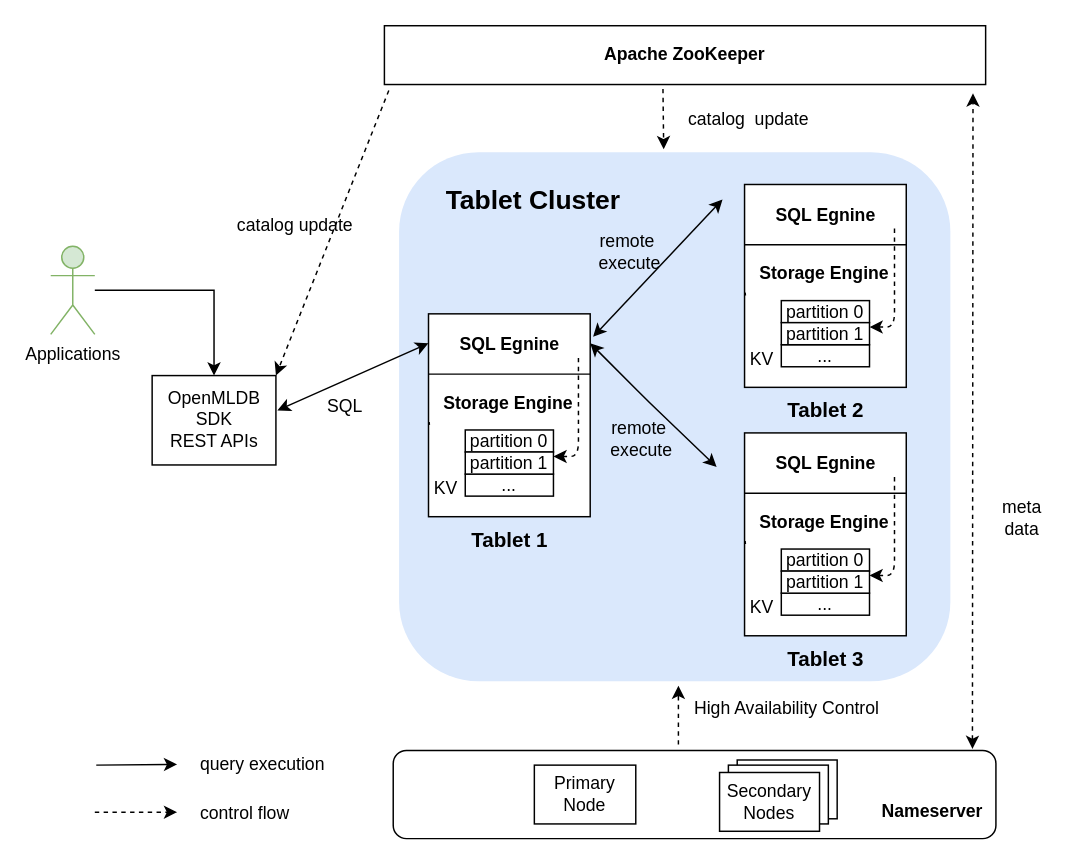
This is page "Page-2" (1 of 4) of reference/arch/resources/architecture.drawio from 4paradigm/openmldb-docs-zh, a draw.io file, before an edit. Source tidied: cells renumbered, new cells numbered last; positions are measured from the earlier drawing's top-left corner, leaving out a move shared by most shapes. Both pictures are drawn from the tidied source at 147%, with x=0, y=0 at pixel (50, 25).
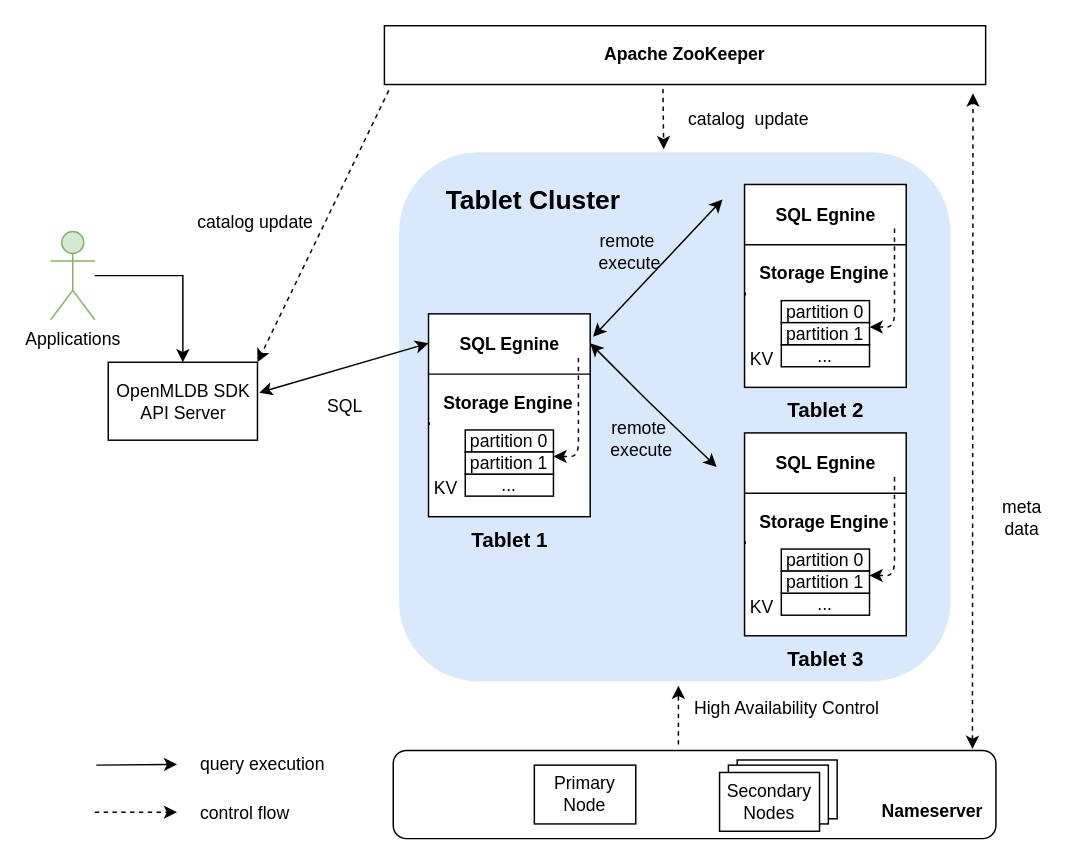
The same page after the edit.

The edit, as a diff of the source:
```diff
@@
     <mxCell id="16" value="catalog update" style="text;html=1;strokeColor=none;fillColor=none;align=center;verticalAlign=middle;whiteSpace=wrap;rounded=0;dashed=1;" parent="1" vertex="1">
-      <mxGeometry x="117" y="126" width="99" height="20" as="geometry" />
+      <mxGeometry x="90" y="124" width="99" height="20" as="geometry" />
     </mxCell>
@@
     <mxCell id="23" value="Applications" style="shape=umlActor;verticalLabelPosition=bottom;verticalAlign=top;html=1;outlineConnect=0;fillColor=#d5e8d4;strokeColor=#82b366;" parent="1" vertex="1">
-      <mxGeometry y="150" width="30" height="60" as="geometry" />
+      <mxGeometry y="140" width="30" height="60" as="geometry" />
     </mxCell>
@@
     <mxCell id="25" style="group;" parent="1" vertex="1">
-      <mxGeometry x="69" y="238" width="84.1" height="60.8" as="geometry" />
+      <mxGeometry x="44" y="238" width="109.1" height="60.8" as="geometry" />
     </mxCell>
-    <mxCell id="26" value="&lt;font style=&quot;font-size: 14px&quot;&gt;&lt;br&gt;&lt;/font&gt;" style="rounded=0;whiteSpace=wrap;html=1;rotation=-90;direction=west;" parent="25" vertex="1">
-      <mxGeometry x="11.7" y="-11.7" width="60.8" height="84.2" as="geometry" />
-    </mxCell>
-    <mxCell id="27" value="OpenMLDB&lt;br&gt;SDK&lt;br&gt;REST APIs" style="text;html=1;align=center;verticalAlign=middle;strokeColor=none;fillColor=none;fontSize=12;" parent="25" vertex="1">
-      <mxGeometry x="5.6" y="7.3" width="73" height="46" as="geometry" />
-    </mxCell>
@@
+    <mxCell id="26" value="&lt;font style=&quot;font-size: 14px&quot;&gt;&lt;br&gt;&lt;/font&gt;" style="rounded=0;whiteSpace=wrap;html=1;rotation=-90;direction=west;" parent="1" vertex="1">
+      <mxGeometry x="63.4" y="204.7" width="53" height="101.5" as="geometry" />
+    </mxCell>
+    <mxCell id="75" value="OpenMLDB SDK&lt;br&gt;API Server" style="text;html=1;align=center;verticalAlign=middle;strokeColor=none;fillColor=none;" parent="1" vertex="1">
+      <mxGeometry x="39.4" y="240" width="101" height="32" as="geometry" />
+    </mxCell>
```
